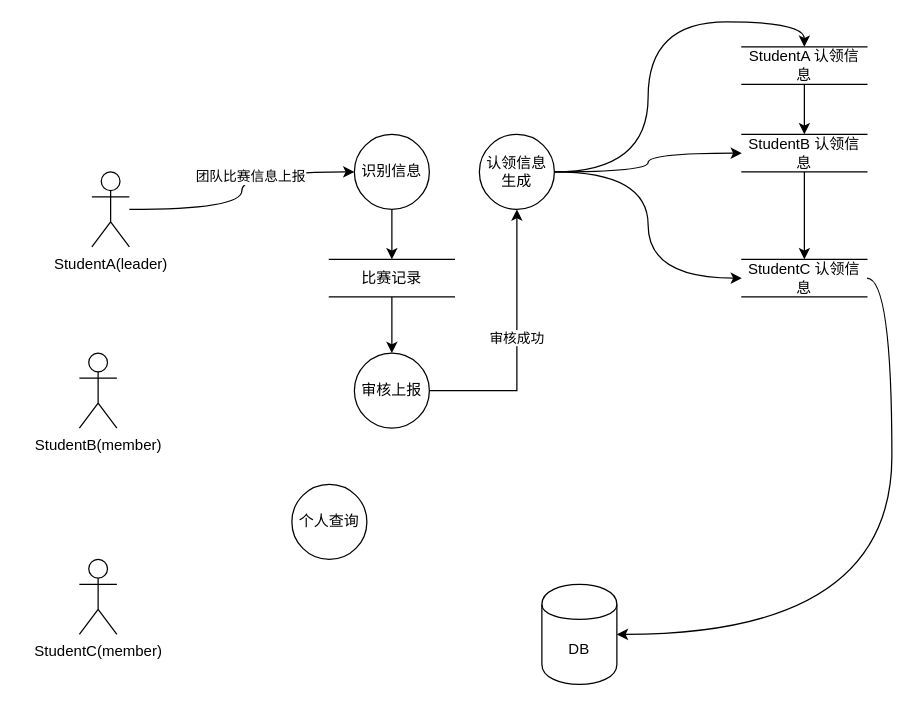
Before: map/swms-student-invite.drawio in msqtt/Sources, a draw.io diagram. Source tidied: cells renumbered, new cells numbered last; positions are measured from the earlier drawing's top-left corner, leaving out a move shared by most shapes. Both pictures are drawn from the tidied source at 125%, with x=0, y=0 at pixel (79, 46).
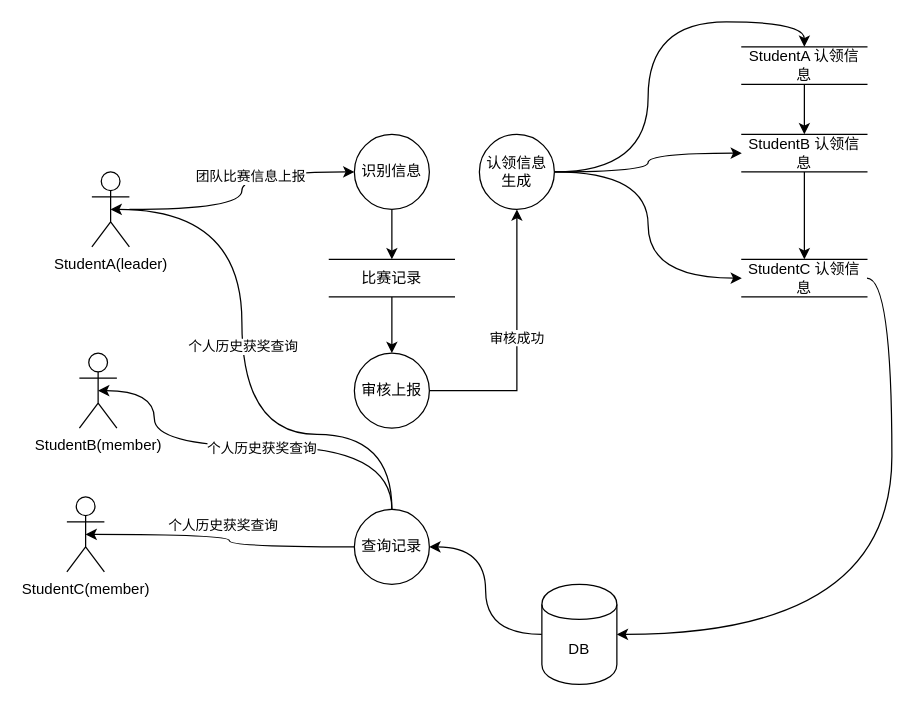
The same diagram, later.

The change refers to these unchanged cells:
```xml
<mxCell id="4" value="StudentA(leader)" style="shape=umlActor;verticalLabelPosition=bottom;verticalAlign=top;html=1;outlineConnect=0;" parent="1" vertex="1">
  <mxGeometry x="10" y="100" width="30" height="60" as="geometry" />
</mxCell>
<mxCell id="22" value="DB" style="shape=cylinder;whiteSpace=wrap;html=1;boundedLbl=1;backgroundOutline=1;" parent="1" vertex="1">
  <mxGeometry x="370" y="430" width="60" height="80" as="geometry" />
</mxCell>
<mxCell id="23" value="StudentB(member)" style="shape=umlActor;verticalLabelPosition=bottom;verticalAlign=top;html=1;outlineConnect=0;" parent="1" vertex="1">
  <mxGeometry y="245" width="30" height="60" as="geometry" />
</mxCell>
```

Diff of the diagram source:
```diff
@@
+    <mxCell id="26" style="edgeStyle=orthogonalEdgeStyle;rounded=0;jettySize=auto;html=1;entryX=0.5;entryY=0;entryDx=0;entryDy=0;curved=1;" parent="1" edge="1" source="22" target="25">
+      <mxGeometry relative="1" as="geometry" />
+    </mxCell>
@@
     <mxCell id="24" value="StudentC(member)" style="shape=umlActor;verticalLabelPosition=bottom;verticalAlign=top;html=1;outlineConnect=0;" parent="1" vertex="1">
-      <mxGeometry y="410" width="30" height="60" as="geometry" />
+      <mxGeometry x="-10" y="360" width="30" height="60" as="geometry" />
     </mxCell>
-    <mxCell id="25" value="个人查询" style="shape=ellipse;html=1;dashed=0;whiteSpace=wrap;perimeter=ellipsePerimeter;direction=south;" parent="1" vertex="1">
-      <mxGeometry x="170" y="350" width="60" height="60" as="geometry" />
+    <mxCell id="25" value="查询记录" style="shape=ellipse;html=1;dashed=0;whiteSpace=wrap;perimeter=ellipsePerimeter;direction=south;" parent="1" vertex="1">
+      <mxGeometry x="220" y="370" width="60" height="60" as="geometry" />
     </mxCell>
+    <mxCell id="27" style="edgeStyle=orthogonalEdgeStyle;rounded=0;jettySize=auto;html=1;entryX=0.5;entryY=0.5;entryDx=0;entryDy=0;entryPerimeter=0;curved=1;" parent="1" edge="1" source="25" target="4">
+      <mxGeometry relative="1" as="geometry">
+        <Array as="points">
+          <mxPoint x="250" y="310" />
+          <mxPoint x="130" y="310" />
+          <mxPoint x="130" y="130" />
+        </Array>
+      </mxGeometry>
+    </mxCell>
+    <mxCell id="28" value="个人历史获奖查询" style="edgeLabel;html=1;align=center;verticalAlign=middle;" parent="27" vertex="1">
+      <mxGeometry x="0.08" relative="1" as="geometry" />
+    </mxCell>
+    <mxCell id="29" style="edgeStyle=orthogonalEdgeStyle;rounded=0;jettySize=auto;html=1;entryX=0.5;entryY=0.5;entryDx=0;entryDy=0;entryPerimeter=0;curved=1;" parent="1" edge="1" source="25" target="23">
+      <mxGeometry relative="1" as="geometry">
+        <Array as="points">
+          <mxPoint x="250" y="320" />
+          <mxPoint x="60" y="320" />
+          <mxPoint x="60" y="275" />
+        </Array>
+      </mxGeometry>
+    </mxCell>
+    <mxCell id="30" value="个人历史获奖查询" style="edgeLabel;html=1;align=center;verticalAlign=middle;" parent="29" vertex="1">
+      <mxGeometry x="0.04" y="-4" relative="1" as="geometry">
+        <mxPoint x="17" y="4" as="offset" />
+      </mxGeometry>
+    </mxCell>
+    <mxCell id="31" style="edgeStyle=orthogonalEdgeStyle;rounded=0;jettySize=auto;html=1;entryX=0.5;entryY=0.5;entryDx=0;entryDy=0;entryPerimeter=0;curved=1;" parent="1" edge="1" source="25" target="24">
+      <mxGeometry relative="1" as="geometry" />
+    </mxCell>
+    <mxCell id="32" value="个人历史获奖查询" style="edgeLabel;html=1;align=center;verticalAlign=middle;" parent="31" vertex="1">
+      <mxGeometry x="0.03" y="-9" relative="1" as="geometry">
+        <mxPoint y="1" as="offset" />
+      </mxGeometry>
+    </mxCell>
```
